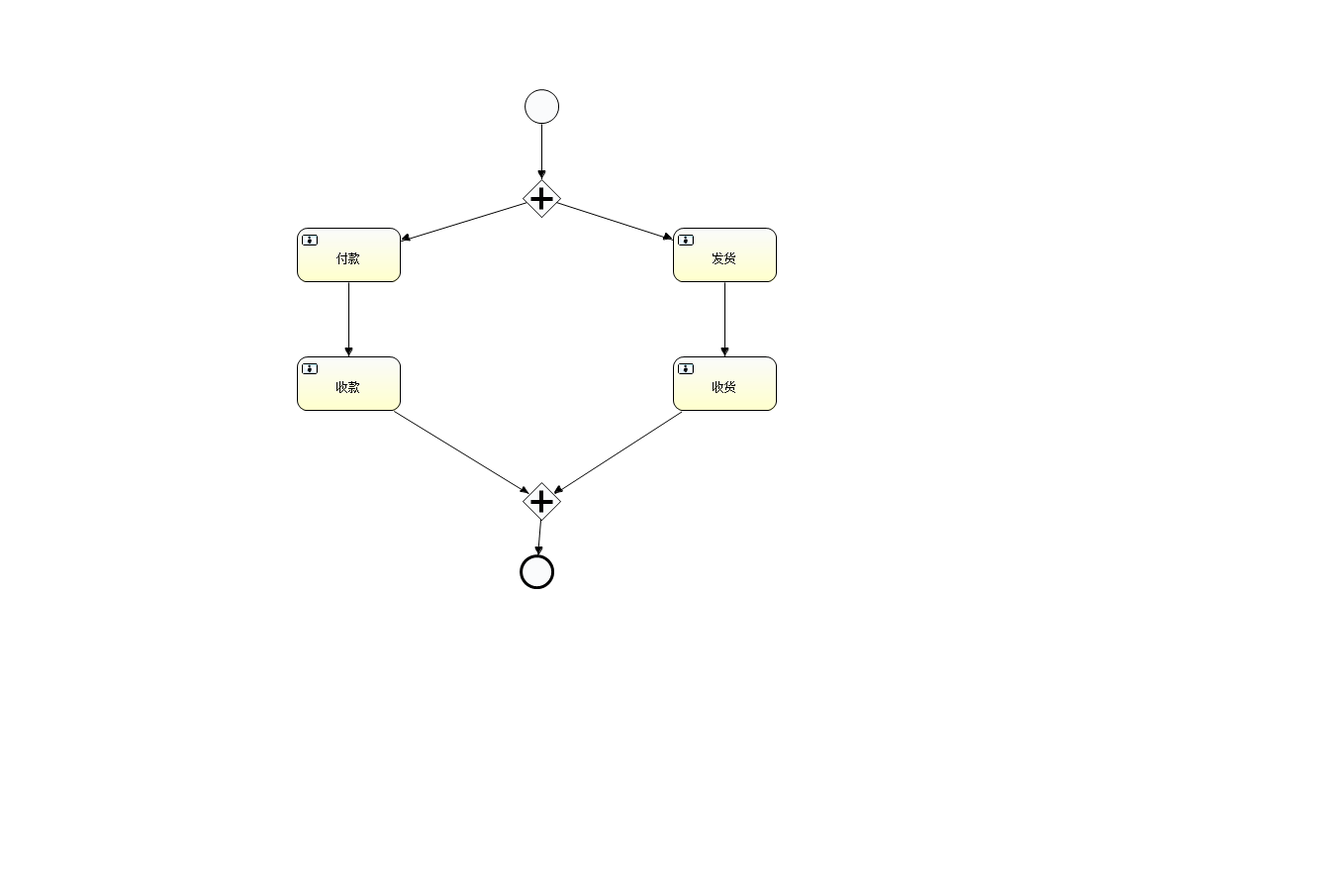
whlshot/actSample keeps this BPMN diagram as src/main/resources/diagrams/paralleGateWay.png. Above is the earlier version. Its source is kept beside it as src/main/resources/diagrams/paralleGateWay.bpmn. Ids are renumbered. Its diagram source:
```xml
<definitions xmlns="http://www.omg.org/spec/BPMN/20100524/MODEL" xmlns:xsi="http://www.w3.org/2001/XMLSchema-instance" xmlns:xsd="http://www.w3.org/2001/XMLSchema" xmlns:activiti="http://activiti.org/bpmn" xmlns:bpmndi="http://www.omg.org/spec/BPMN/20100524/DI" xmlns:omgdc="http://www.omg.org/spec/DD/20100524/DC" xmlns:omgdi="http://www.omg.org/spec/DD/20100524/DI" typeLanguage="http://www.w3.org/2001/XMLSchema" expressionLanguage="http://www.w3.org/1999/XPath" targetNamespace="http://www.activiti.org/test">
  <process id="parallelgateway" name="parallelGateWayProcess" isExecutable="true">
    <startEvent id="startevent1" name="Start"></startEvent>
    <parallelGateway id="parallelgateway1" name="Parallel Gateway"></parallelGateway>
    <sequenceFlow id="flow2" sourceRef="startevent1" targetRef="parallelgateway1"></sequenceFlow>
    <userTask id="usertask2" name="付款" activiti:assignee="买家"></userTask>
    <sequenceFlow id="flow3" sourceRef="parallelgateway1" targetRef="usertask2"></sequenceFlow>
    <userTask id="usertask3" name="发货" activiti:assignee="卖家"></userTask>
    <sequenceFlow id="flow4" sourceRef="parallelgateway1" targetRef="usertask3"></sequenceFlow>
    <userTask id="usertask4" name="收款" activiti:assignee="商家"></userTask>
    <sequenceFlow id="flow5" sourceRef="usertask2" targetRef="usertask4"></sequenceFlow>
    <userTask id="usertask5" name="收货" activiti:assignee="买家"></userTask>
    <sequenceFlow id="flow6" sourceRef="usertask3" targetRef="usertask5"></sequenceFlow>
    <parallelGateway id="parallelgateway2" name="Parallel Gateway"></parallelGateway>
    <sequenceFlow id="flow7" sourceRef="usertask5" targetRef="parallelgateway2"></sequenceFlow>
    <sequenceFlow id="flow8" sourceRef="usertask4" targetRef="parallelgateway2"></sequenceFlow>
    <endEvent id="endevent1" name="End"></endEvent>
    <sequenceFlow id="flow9" sourceRef="parallelgateway2" targetRef="endevent1"></sequenceFlow>
  </process>
  <bpmndi:BPMNDiagram id="BPMNDiagram_parallelgateway">
    <bpmndi:BPMNPlane bpmnElement="parallelgateway" id="BPMNPlane_parallelgateway">
      <bpmndi:BPMNShape bpmnElement="startevent1" id="BPMNShape_startevent1">
        <omgdc:Bounds height="35.0" width="35.0" x="530.0" y="90.0"></omgdc:Bounds>
      </bpmndi:BPMNShape>
      <bpmndi:BPMNShape bpmnElement="parallelgateway1" id="BPMNShape_parallelgateway1">
        <omgdc:Bounds height="40.0" width="40.0" x="527.0" y="180.0"></omgdc:Bounds>
      </bpmndi:BPMNShape>
      <bpmndi:BPMNShape bpmnElement="usertask2" id="BPMNShape_usertask2">
        <omgdc:Bounds height="55.0" width="105.0" x="300.0" y="230.0"></omgdc:Bounds>
      </bpmndi:BPMNShape>
      <bpmndi:BPMNShape bpmnElement="usertask3" id="BPMNShape_usertask3">
        <omgdc:Bounds height="55.0" width="105.0" x="680.0" y="230.0"></omgdc:Bounds>
      </bpmndi:BPMNShape>
      <bpmndi:BPMNShape bpmnElement="usertask4" id="BPMNShape_usertask4">
        <omgdc:Bounds height="55.0" width="105.0" x="300.0" y="360.0"></omgdc:Bounds>
      </bpmndi:BPMNShape>
      <bpmndi:BPMNShape bpmnElement="usertask5" id="BPMNShape_usertask5">
        <omgdc:Bounds height="55.0" width="105.0" x="680.0" y="360.0"></omgdc:Bounds>
      </bpmndi:BPMNShape>
      <bpmndi:BPMNShape bpmnElement="parallelgateway2" id="BPMNShape_parallelgateway2">
        <omgdc:Bounds height="40.0" width="40.0" x="527.0" y="486.0"></omgdc:Bounds>
      </bpmndi:BPMNShape>
      <bpmndi:BPMNShape bpmnElement="endevent1" id="BPMNShape_endevent1">
        <omgdc:Bounds height="35.0" width="35.0" x="525.0" y="560.0"></omgdc:Bounds>
      </bpmndi:BPMNShape>
      <bpmndi:BPMNEdge bpmnElement="flow2" id="BPMNEdge_flow2">
        <omgdi:waypoint x="547.0" y="125.0"></omgdi:waypoint>
        <omgdi:waypoint x="547.0" y="180.0"></omgdi:waypoint>
      </bpmndi:BPMNEdge>
      <bpmndi:BPMNEdge bpmnElement="flow3" id="BPMNEdge_flow3">
        <omgdi:waypoint x="527.0" y="200.0"></omgdi:waypoint>
        <omgdi:waypoint x="352.0" y="230.0"></omgdi:waypoint>
      </bpmndi:BPMNEdge>
      <bpmndi:BPMNEdge bpmnElement="flow4" id="BPMNEdge_flow4">
        <omgdi:waypoint x="567.0" y="200.0"></omgdi:waypoint>
        <omgdi:waypoint x="732.0" y="230.0"></omgdi:waypoint>
      </bpmndi:BPMNEdge>
      <bpmndi:BPMNEdge bpmnElement="flow5" id="BPMNEdge_flow5">
        <omgdi:waypoint x="352.0" y="285.0"></omgdi:waypoint>
        <omgdi:waypoint x="352.0" y="360.0"></omgdi:waypoint>
      </bpmndi:BPMNEdge>
      <bpmndi:BPMNEdge bpmnElement="flow6" id="BPMNEdge_flow6">
        <omgdi:waypoint x="732.0" y="285.0"></omgdi:waypoint>
        <omgdi:waypoint x="732.0" y="360.0"></omgdi:waypoint>
      </bpmndi:BPMNEdge>
      <bpmndi:BPMNEdge bpmnElement="flow7" id="BPMNEdge_flow7">
        <omgdi:waypoint x="732.0" y="415.0"></omgdi:waypoint>
        <omgdi:waypoint x="547.0" y="486.0"></omgdi:waypoint>
      </bpmndi:BPMNEdge>
      <bpmndi:BPMNEdge bpmnElement="flow8" id="BPMNEdge_flow8">
        <omgdi:waypoint x="352.0" y="415.0"></omgdi:waypoint>
        <omgdi:waypoint x="547.0" y="486.0"></omgdi:waypoint>
      </bpmndi:BPMNEdge>
      <bpmndi:BPMNEdge bpmnElement="flow9" id="BPMNEdge_flow9">
        <omgdi:waypoint x="547.0" y="526.0"></omgdi:waypoint>
        <omgdi:waypoint x="542.0" y="560.0"></omgdi:waypoint>
      </bpmndi:BPMNEdge>
    </bpmndi:BPMNPlane>
  </bpmndi:BPMNDiagram>
</definitions>
```
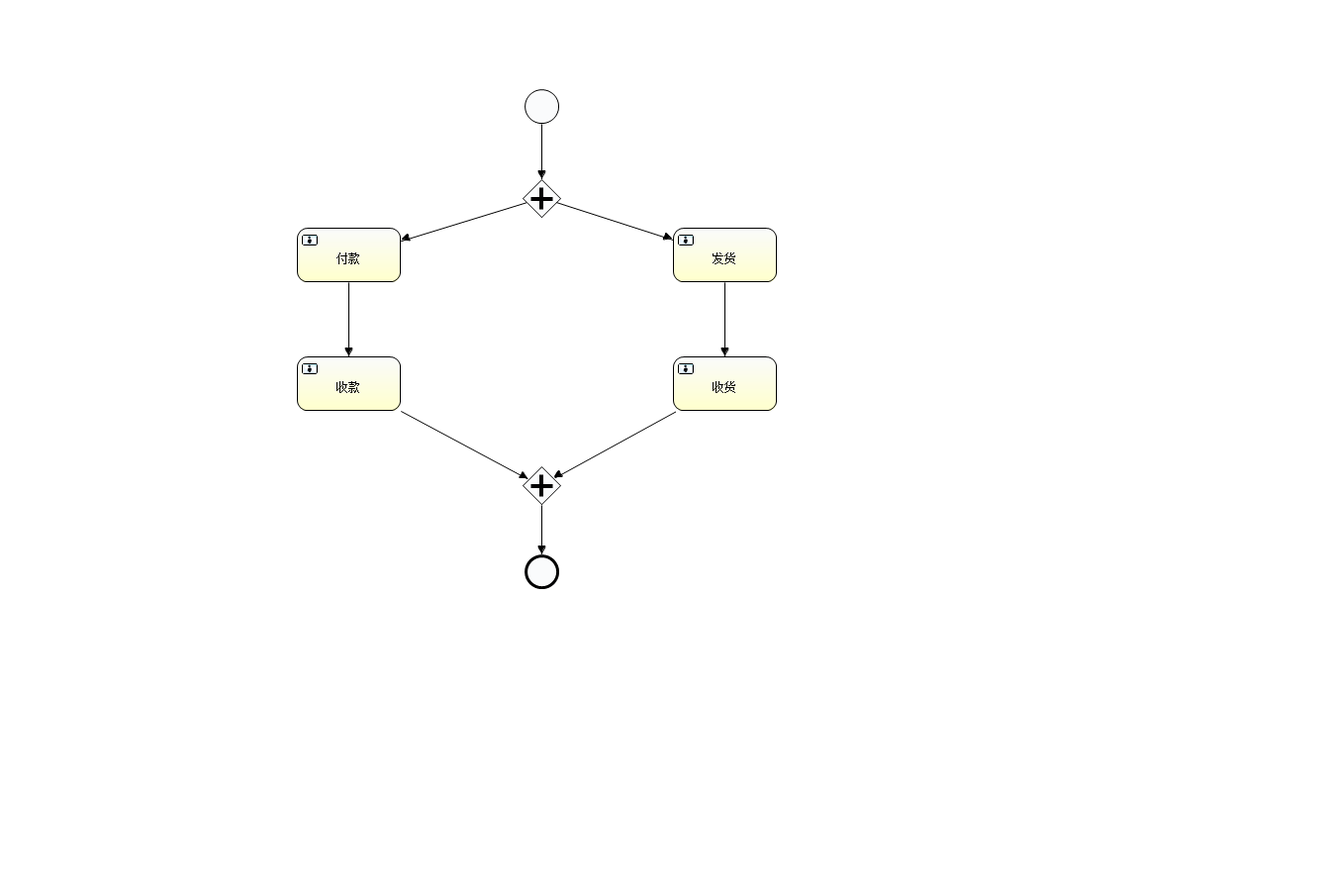
After the change.

Diff of the diagram source:
```diff
@@ -38,10 +38,10 @@
         <omgdc:Bounds height="55.0" width="105.0" x="680.0" y="360.0"></omgdc:Bounds>
       </bpmndi:BPMNShape>
       <bpmndi:BPMNShape bpmnElement="parallelgateway2" id="BPMNShape_parallelgateway2">
-        <omgdc:Bounds height="40.0" width="40.0" x="527.0" y="486.0"></omgdc:Bounds>
+        <omgdc:Bounds height="40.0" width="40.0" x="527.0" y="470.0"></omgdc:Bounds>
       </bpmndi:BPMNShape>
       <bpmndi:BPMNShape bpmnElement="endevent1" id="BPMNShape_endevent1">
-        <omgdc:Bounds height="35.0" width="35.0" x="525.0" y="560.0"></omgdc:Bounds>
+        <omgdc:Bounds height="35.0" width="35.0" x="530.0" y="560.0"></omgdc:Bounds>
       </bpmndi:BPMNShape>
       <bpmndi:BPMNEdge bpmnElement="flow2" id="BPMNEdge_flow2">
         <omgdi:waypoint x="547.0" y="125.0"></omgdi:waypoint>
@@ -65,15 +65,15 @@
       </bpmndi:BPMNEdge>
       <bpmndi:BPMNEdge bpmnElement="flow7" id="BPMNEdge_flow7">
         <omgdi:waypoint x="732.0" y="415.0"></omgdi:waypoint>
-        <omgdi:waypoint x="547.0" y="486.0"></omgdi:waypoint>
+        <omgdi:waypoint x="547.0" y="470.0"></omgdi:waypoint>
       </bpmndi:BPMNEdge>
       <bpmndi:BPMNEdge bpmnElement="flow8" id="BPMNEdge_flow8">
         <omgdi:waypoint x="352.0" y="415.0"></omgdi:waypoint>
-        <omgdi:waypoint x="547.0" y="486.0"></omgdi:waypoint>
+        <omgdi:waypoint x="547.0" y="470.0"></omgdi:waypoint>
       </bpmndi:BPMNEdge>
       <bpmndi:BPMNEdge bpmnElement="flow9" id="BPMNEdge_flow9">
-        <omgdi:waypoint x="547.0" y="526.0"></omgdi:waypoint>
-        <omgdi:waypoint x="542.0" y="560.0"></omgdi:waypoint>
+        <omgdi:waypoint x="547.0" y="510.0"></omgdi:waypoint>
+        <omgdi:waypoint x="547.0" y="560.0"></omgdi:waypoint>
       </bpmndi:BPMNEdge>
     </bpmndi:BPMNPlane>
   </bpmndi:BPMNDiagram>
```
